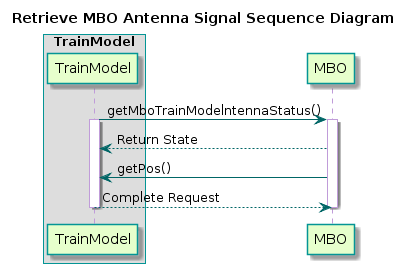
The PlantUML diagram TrainSystem/yUML/Sequence Diagrams/TrainModel/RetrieveMBOSeqDiagram.png in kevingilboy/COE1186, before a commit.
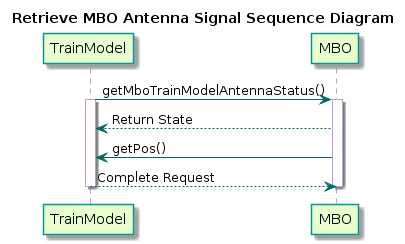
Later version of the same file.

Change to the diagram source:
```diff
@@ -11,13 +11,11 @@
   LifeLineBorderColor #c09cd9
 }
 
-box "TrainModel"
 participant TrainModel
-end box
 participant MBO
 
 
-TrainModel -> MBO : getMboTrainModelntennaStatus()
+TrainModel -> MBO : getMboTrainModelAntennaStatus()
 activate TrainModel
 activate MBO
 
```
